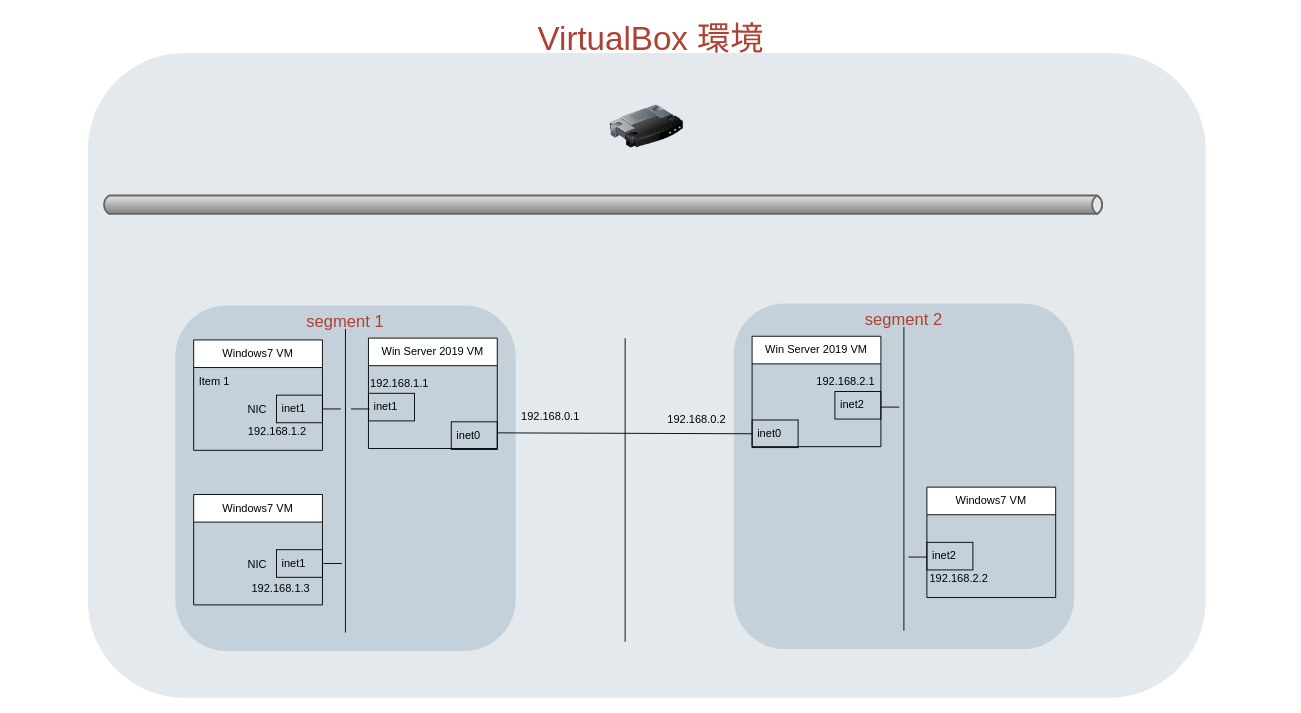
ZudenSachenselbst/test keeps this draw.io diagram as page "Page-1のコピー" (2 of 3) of 名称未設定ファイル.drawio. Above is the earlier version. Source tidied: cells renumbered, new cells numbered last; positions are measured from the earlier drawing's top-left corner, leaving out a move shared by most shapes. Both pictures are drawn from the tidied source at 92%, with x=0, y=0 at pixel (16, 16).
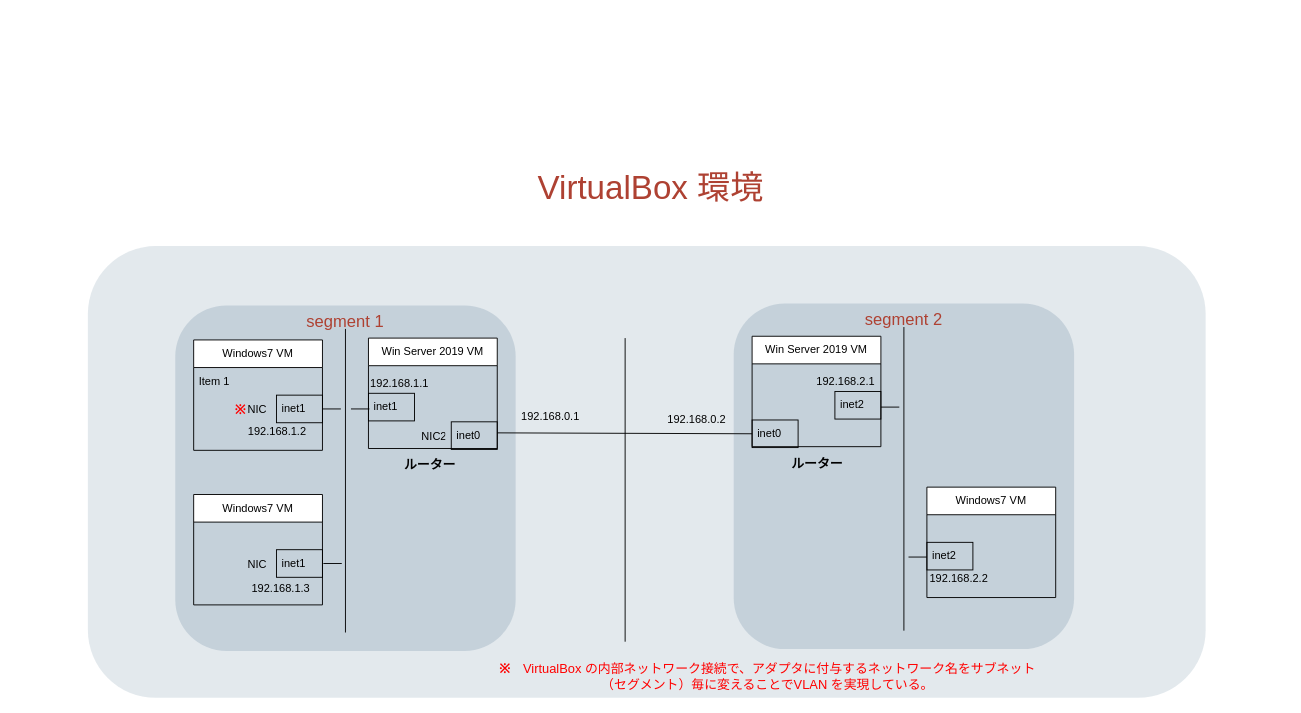
The same page after the edit.

Commit message (it also covers changes not shown here):
名称未設定ファイル.drawio を更新します

Diff of the diagram source:
```diff
@@
     <mxCell id="2" style="rounded=1;whiteSpace=wrap;html=1;shadow=0;strokeColor=none;fillColor=#BAC8D3;gradientColor=none;fontSize=18;fontColor=#F08705;opacity=40;fontStyle=0;strokeWidth=3;" parent="1" vertex="1">
-      <mxGeometry x="78" y="40" width="1215" height="701" as="geometry" />
+      <mxGeometry x="78" y="250" width="1215" height="491" as="geometry" />
     </mxCell>
@@
-    <mxCell id="4" style="strokeWidth=2;strokeColor=#666666;dashed=0;align=center;html=1;fontSize=8;shape=mxgraph.eip.messageChannel;shadow=0;fillColor=#FFFFFF;gradientColor=none;fontColor=#F08705;fontStyle=0;" parent="1" vertex="1">
-      <mxGeometry x="93" y="195" width="1090" height="20" as="geometry" />
-    </mxCell>
-    <mxCell id="5" style="image;html=1;image=img/lib/clip_art/networking/Router_128x128.png;shadow=0;strokeColor=#000000;fillColor=#FFFFFF;gradientColor=none;fontSize=18;fontColor=#F08705;fontStyle=0;" parent="1" vertex="1">
-      <mxGeometry x="645.5" y="80" width="80" height="80" as="geometry" />
-    </mxCell>
     <mxCell id="6" value="VirtualBox 環境" style="text;html=1;strokeColor=none;fillColor=none;align=center;verticalAlign=middle;whiteSpace=wrap;overflow=hidden;shadow=0;fontSize=36;fontColor=#AE4132;fontStyle=0;" parent="1" vertex="1">
-      <mxGeometry width="1380" height="45" as="geometry" />
+      <mxGeometry y="162" width="1380" height="45" as="geometry" />
     </mxCell>
@@
+    <mxCell id="39" value="&lt;font style=&quot;color: rgb(255, 0, 0); font-size: 14px;&quot;&gt;&lt;b&gt;※&lt;/b&gt;&lt;/font&gt;" style="text;html=1;align=center;verticalAlign=middle;whiteSpace=wrap;rounded=0;" parent="1" vertex="1">
+      <mxGeometry x="214" y="413" width="60" height="30" as="geometry" />
+    </mxCell>
+    <mxCell id="40" value="&lt;font style=&quot;color: rgb(255, 0, 0); font-size: 14px;&quot;&gt;&lt;b&gt;※　&lt;/b&gt;VirtualBox の内部ネットワーク接続で、アダプタに付与するネットワーク名をサブネット（セグメント）毎に変えることでVLAN を実現している。&lt;/font&gt;" style="text;html=1;align=center;verticalAlign=middle;whiteSpace=wrap;rounded=0;" parent="1" vertex="1">
+      <mxGeometry x="522" y="703" width="590" height="30" as="geometry" />
+    </mxCell>
+    <mxCell id="41" value="NIC2" style="text;strokeColor=none;fillColor=none;align=left;verticalAlign=middle;spacingLeft=4;spacingRight=4;overflow=hidden;whiteSpace=wrap;html=1;" parent="1" vertex="1">
+      <mxGeometry x="435" y="442" width="36" height="30" as="geometry" />
+    </mxCell>
+    <mxCell id="42" value="&lt;font style=&quot;font-size: 14px;&quot;&gt;&lt;b&gt;ルーター&lt;/b&gt;&lt;/font&gt;" style="text;html=1;align=center;verticalAlign=middle;whiteSpace=wrap;rounded=0;" parent="1" vertex="1">
+      <mxGeometry x="420" y="473" width="60" height="30" as="geometry" />
+    </mxCell>
+    <mxCell id="43" value="&lt;font style=&quot;font-size: 14px;&quot;&gt;&lt;b&gt;ルーター&lt;/b&gt;&lt;/font&gt;" style="text;html=1;align=center;verticalAlign=middle;whiteSpace=wrap;rounded=0;" parent="1" vertex="1">
+      <mxGeometry x="841" y="472" width="60" height="30" as="geometry" />
+    </mxCell>
```
